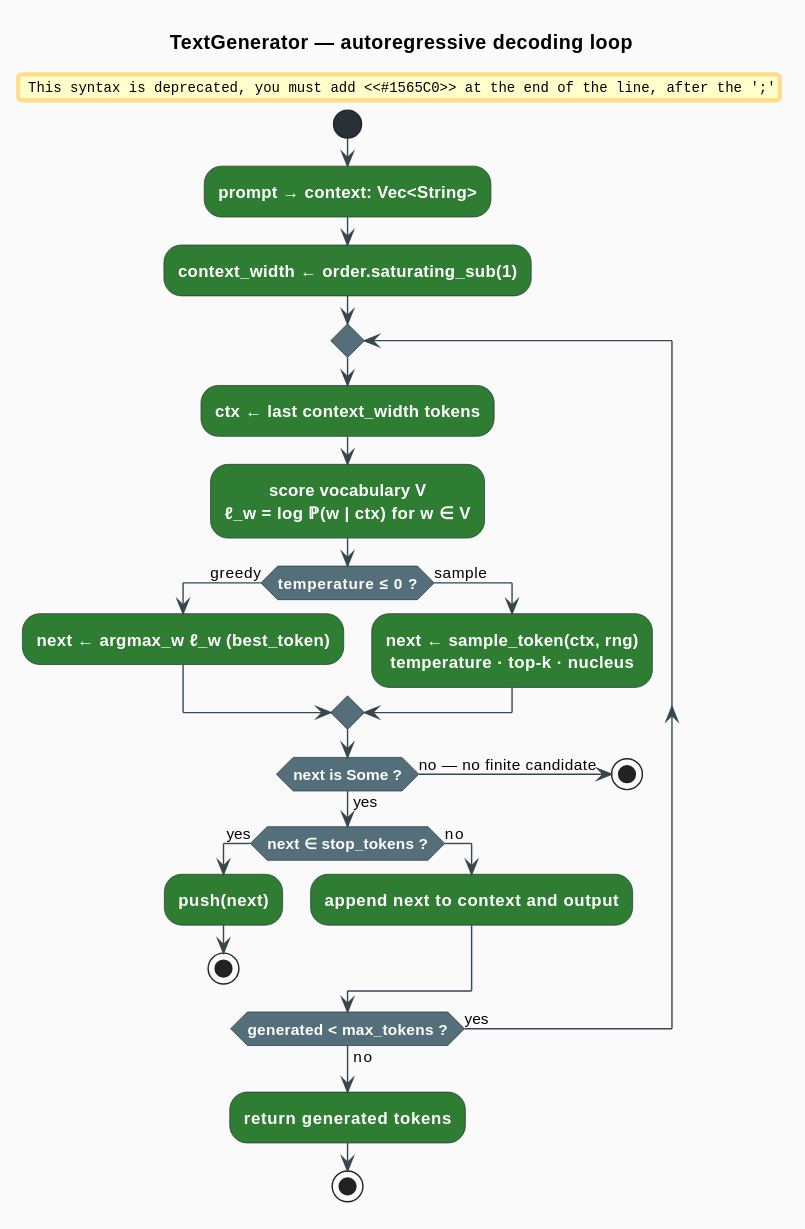
Above: docs/diagrams/generation-autoregressive-loop.svg in vinary-tree/libgrammstein (PlantUML), before the change. Source of this version:
```plantuml
@startuml
skinparam backgroundColor #FAFAFA
skinparam shadowing false
skinparam defaultTextAlignment center
skinparam ArrowColor #37474F
skinparam activity {
  BackgroundColor #2E7D32
  BorderColor #263238
  FontColor white
  FontStyle bold
  DiamondBackgroundColor #546E7A
  DiamondFontColor white
  DiamondBorderColor #263238
  StartColor #263238
  EndColor #263238
}
title TextGenerator — autoregressive decoding loop

start
:prompt → context: Vec<String>;
#1565C0:context_width ← order.saturating_sub(1);
repeat
  #1565C0:ctx ← last context_width tokens;
  #1565C0:score vocabulary V\nℓ_w = log ℙ(w | ctx)  for w ∈ V;
  if (temperature ≤ 0 ?) then (greedy)
    :next ← argmax_w ℓ_w  (best_token);
  else (sample)
    :next ← sample_token(ctx, rng)\ntemperature · top-k · nucleus;
  endif
  if (next is Some ?) then (yes)
    if (next ∈ stop_tokens ?) then (yes)
      :push(next);
      stop
    else (no)
      :append next to context and output;
    endif
  else (no — no finite candidate)
    stop
  endif
repeat while (generated < max_tokens ?) is (yes) not (no)
:return generated tokens;
stop
@enduml
```
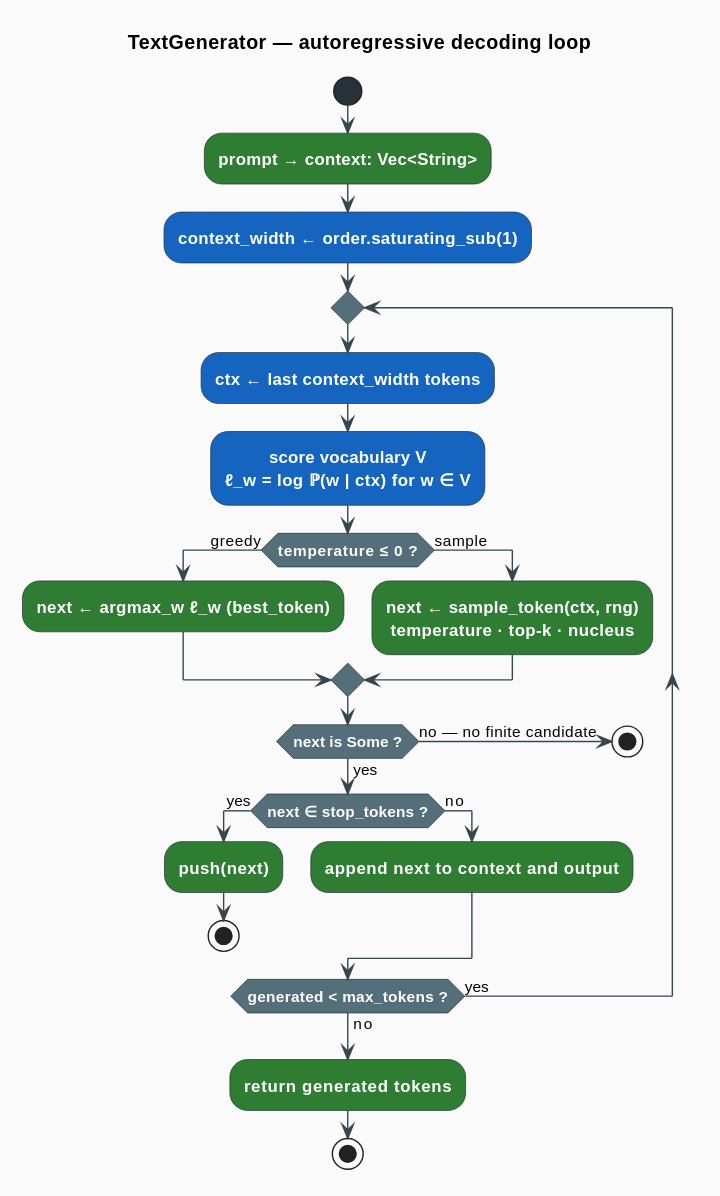
Above is the later version.

What changed in the source:
```diff
@@ -18,10 +18,10 @@
 
 start
 :prompt → context: Vec<String>;
-#1565C0:context_width ← order.saturating_sub(1);
+:context_width ← order.saturating_sub(1); <<#1565C0>>
 repeat
-  #1565C0:ctx ← last context_width tokens;
-  #1565C0:score vocabulary V\nℓ_w = log ℙ(w | ctx)  for w ∈ V;
+  :ctx ← last context_width tokens; <<#1565C0>>
+  :score vocabulary V\nℓ_w = log ℙ(w | ctx)  for w ∈ V; <<#1565C0>>
   if (temperature ≤ 0 ?) then (greedy)
     :next ← argmax_w ℓ_w  (best_token);
   else (sample)
```
